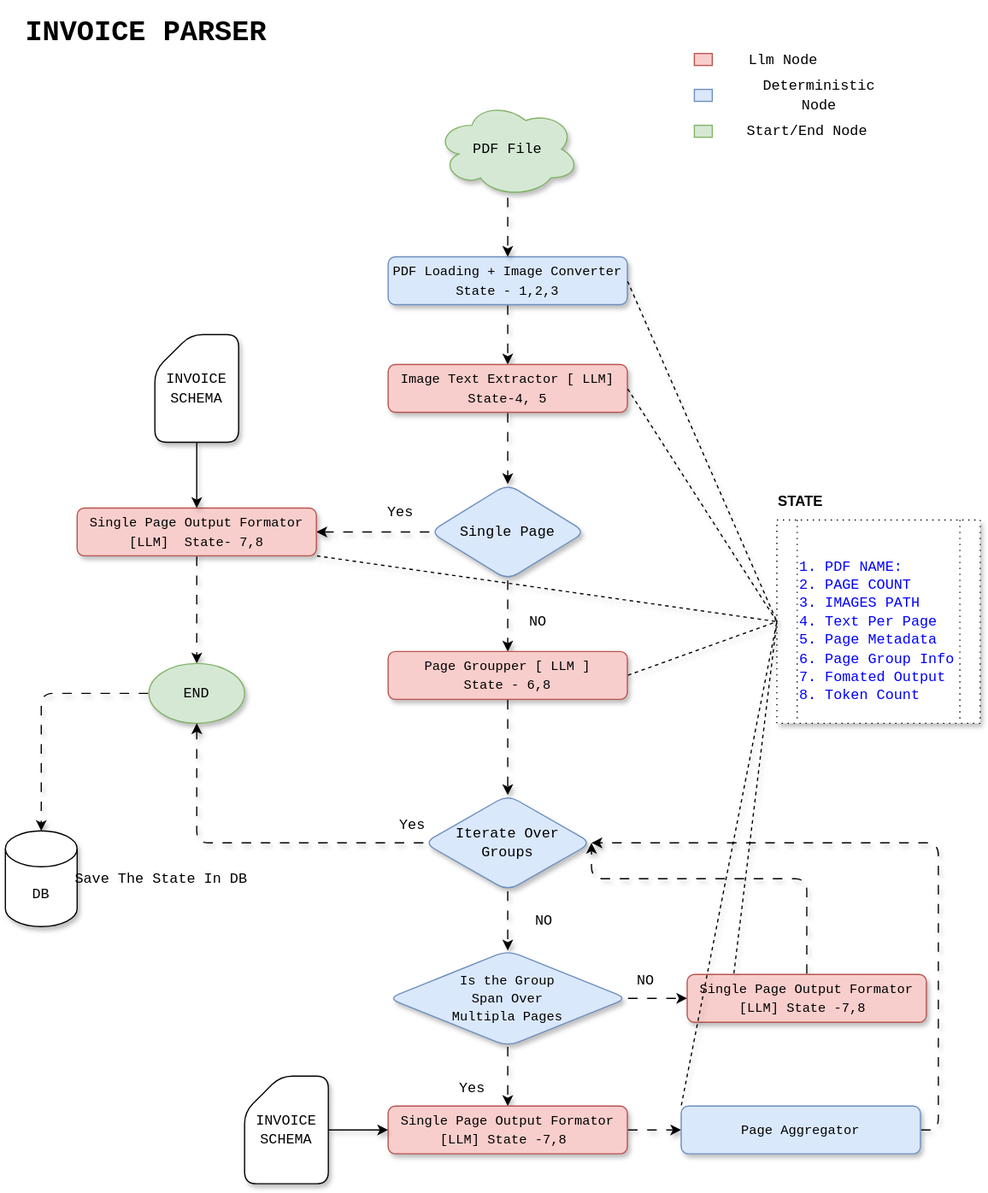
Above: Invoice_parser.drawio.svg in RahulDas-dev/invoice-parser (draw.io), before the change. Source tidied: cells renumbered, new cells last; positions are measured from the earlier drawing's top-left corner, leaving out a move shared by most shapes.
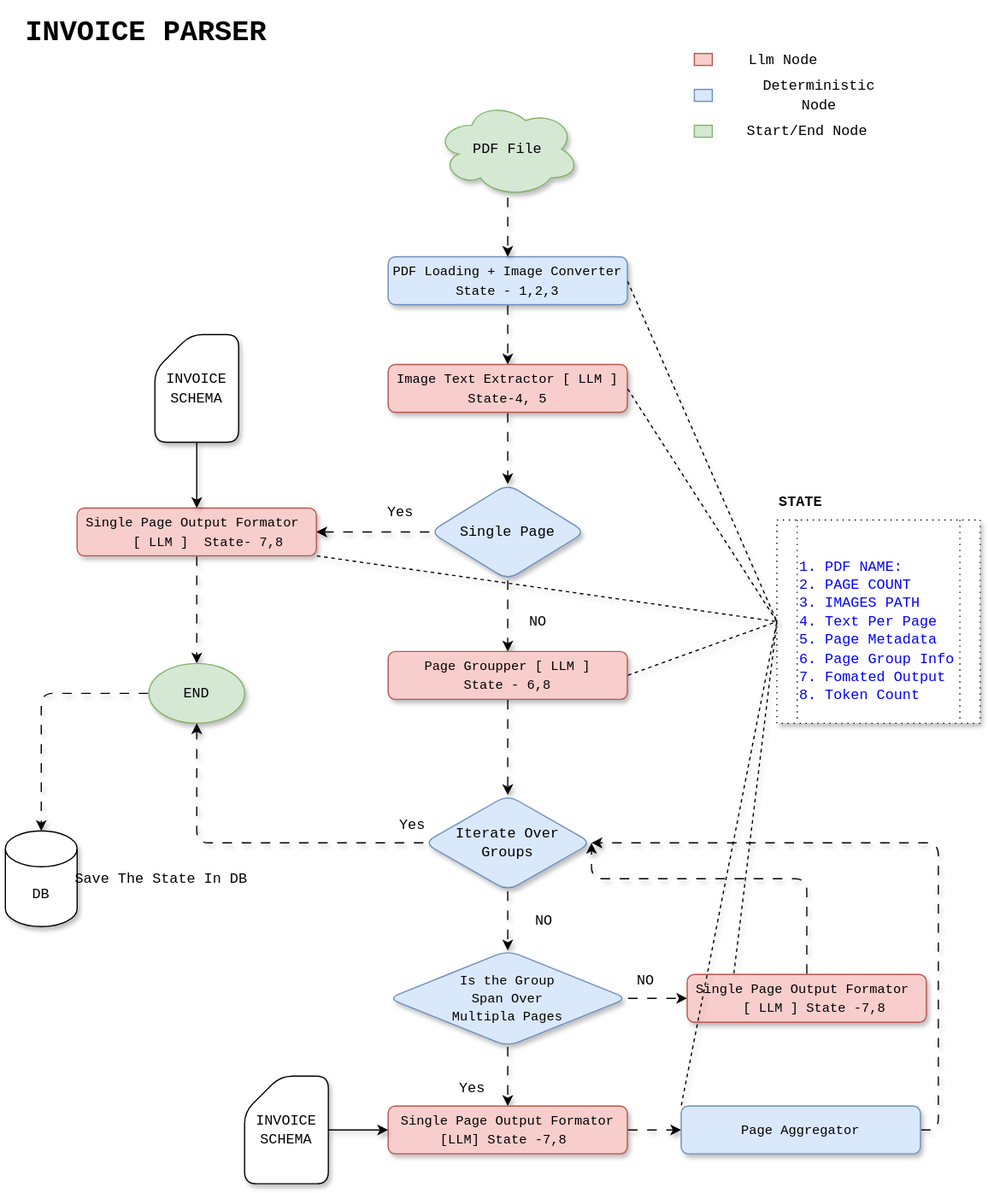
The same file after the commit.

The edit, as a diff of the source:
```diff
@@ -29,7 +29,7 @@
     <mxCell id="10" style="edgeStyle=orthogonalEdgeStyle;rounded=0;jettySize=auto;html=1;entryX=0.5;entryY=0;entryDx=0;entryDy=0;shadow=1;flowAnimation=1;" parent="1" edge="1" source="11" target="8">
       <mxGeometry relative="1" as="geometry" />
     </mxCell>
-    <mxCell id="11" value="&lt;font face=&quot;Consolas, Courier New, monospace&quot; style=&quot;font-size: 11px;&quot;&gt;Image Text Extractor [ LLM]&lt;br&gt;State-4, 5&lt;/font&gt;" style="rounded=1;whiteSpace=wrap;html=1;shadow=1;fillColor=#f8cecc;strokeColor=#b85450;" parent="1" vertex="1">
+    <mxCell id="11" value="&lt;font face=&quot;Consolas, Courier New, monospace&quot; style=&quot;font-size: 11px;&quot;&gt;Image Text Extractor [ LLM ]&lt;br&gt;State-4, 5&lt;/font&gt;" style="rounded=1;whiteSpace=wrap;html=1;shadow=1;fillColor=#f8cecc;strokeColor=#b85450;" parent="1" vertex="1">
       <mxGeometry x="320" y="300" width="200" height="40" as="geometry" />
     </mxCell>
     <mxCell id="12" style="endArrow=none;dashed=1;html=1;rounded=0;entryX=0;entryY=0.5;entryDx=0;entryDy=0;shadow=1;flowAnimation=1;exitX=1;exitY=0.5;exitDx=0;exitDy=0;" parent="1" edge="1" source="11" target="5">
@@ -38,7 +38,7 @@
     <mxCell id="13" style="edgeStyle=orthogonalEdgeStyle;rounded=0;jettySize=auto;html=1;shadow=1;flowAnimation=1;" parent="1" edge="1" source="14" target="16">
       <mxGeometry relative="1" as="geometry" />
     </mxCell>
-    <mxCell id="14" value="&lt;font face=&quot;Consolas, Courier New, monospace&quot; style=&quot;font-size: 11px;&quot;&gt;Single Page Output Formator [LLM]&amp;nbsp;&amp;nbsp;&lt;/font&gt;&lt;span style=&quot;font-size: 11px; font-family: Consolas, &amp;quot;Courier New&amp;quot;, monospace; background-color: transparent; color: light-dark(rgb(0, 0, 0), rgb(255, 255, 255));&quot;&gt;State- 7,8&lt;/span&gt;" style="rounded=1;whiteSpace=wrap;html=1;shadow=1;fillColor=#f8cecc;strokeColor=#b85450;" parent="1" vertex="1">
+    <mxCell id="14" value="&lt;font face=&quot;Consolas, Courier New, monospace&quot; style=&quot;font-size: 11px;&quot;&gt;Single Page Output Formator&amp;nbsp; &amp;nbsp; &amp;nbsp;[ LLM ]&amp;nbsp;&amp;nbsp;&lt;/font&gt;&lt;span style=&quot;font-size: 11px; font-family: Consolas, &amp;quot;Courier New&amp;quot;, monospace; background-color: transparent; color: light-dark(rgb(0, 0, 0), rgb(255, 255, 255));&quot;&gt;State- 7,8&lt;/span&gt;" style="rounded=1;whiteSpace=wrap;html=1;shadow=1;fillColor=#f8cecc;strokeColor=#b85450;" parent="1" vertex="1">
       <mxGeometry x="60" y="420" width="200" height="40" as="geometry" />
     </mxCell>
     <mxCell id="15" style="edgeStyle=orthogonalEdgeStyle;rounded=1;jettySize=auto;html=1;curved=0;shadow=1;flowAnimation=1;" parent="1" edge="1" source="16" target="42">
@@ -109,7 +109,7 @@
         </Array>
       </mxGeometry>
     </mxCell>
-    <mxCell id="34" value="&lt;font face=&quot;Consolas, Courier New, monospace&quot; style=&quot;font-size: 11px;&quot;&gt;Single Page Output Formator [LLM]&amp;nbsp;&lt;/font&gt;&lt;span style=&quot;font-size: 11px; font-family: Consolas, &amp;quot;Courier New&amp;quot;, monospace; background-color: transparent; color: light-dark(rgb(0, 0, 0), rgb(255, 255, 255));&quot;&gt;State -7,8&amp;nbsp;&lt;/span&gt;" style="rounded=1;whiteSpace=wrap;html=1;shadow=1;fillColor=#f8cecc;strokeColor=#b85450;" parent="1" vertex="1">
+    <mxCell id="34" value="&lt;font face=&quot;Consolas, Courier New, monospace&quot; style=&quot;font-size: 11px;&quot;&gt;Single Page Output Formator&amp;nbsp; &amp;nbsp; &amp;nbsp;[ LLM ]&amp;nbsp;&lt;/font&gt;&lt;span style=&quot;font-size: 11px; font-family: Consolas, &amp;quot;Courier New&amp;quot;, monospace; background-color: transparent; color: light-dark(rgb(0, 0, 0), rgb(255, 255, 255));&quot;&gt;State -7,8&amp;nbsp;&lt;/span&gt;" style="rounded=1;whiteSpace=wrap;html=1;shadow=1;fillColor=#f8cecc;strokeColor=#b85450;" parent="1" vertex="1">
       <mxGeometry x="570" y="810" width="200" height="40" as="geometry" />
     </mxCell>
     <mxCell id="35" value="&lt;font face=&quot;Consolas, Courier New, monospace&quot;&gt;Yes&lt;/font&gt;" style="text;html=1;align=center;verticalAlign=middle;strokeColor=none;fillColor=none;" parent="1" vertex="1">
@@ -166,7 +166,7 @@
     <mxCell id="52" value="&lt;font face=&quot;Consolas, Courier New, monospace&quot;&gt;Llm Node&lt;/font&gt;" style="text;html=1;align=center;verticalAlign=middle;whiteSpace=wrap;rounded=0;" parent="50" vertex="1">
       <mxGeometry x="39" width="71" height="30" as="geometry" />
     </mxCell>
-    <mxCell id="53" value="&lt;b&gt;STATE&lt;/b&gt;" style="text;html=1;align=center;verticalAlign=middle;whiteSpace=wrap;rounded=0;" parent="1" vertex="1">
+    <mxCell id="53" value="&lt;b&gt;&lt;font face=&quot;Consolas, Courier New, monospace&quot;&gt;STATE&lt;/font&gt;&lt;/b&gt;" style="text;html=1;align=center;verticalAlign=middle;whiteSpace=wrap;rounded=0;" parent="1" vertex="1">
       <mxGeometry x="645" y="400" width="40" height="30" as="geometry" />
     </mxCell>
     <mxCell id="54" value="&lt;div style=&quot;line-height: 19px; white-space: pre;&quot;&gt;&lt;font face=&quot;Consolas, Courier New, monospace&quot; style=&quot;font-size: 11px; color: rgb(0, 0, 0);&quot;&gt;Page Aggregator&lt;/font&gt;&lt;/div&gt;" style="rounded=1;whiteSpace=wrap;html=1;shadow=1;fillColor=#dae8fc;strokeColor=#6c8ebf;" parent="1" vertex="1">
```
